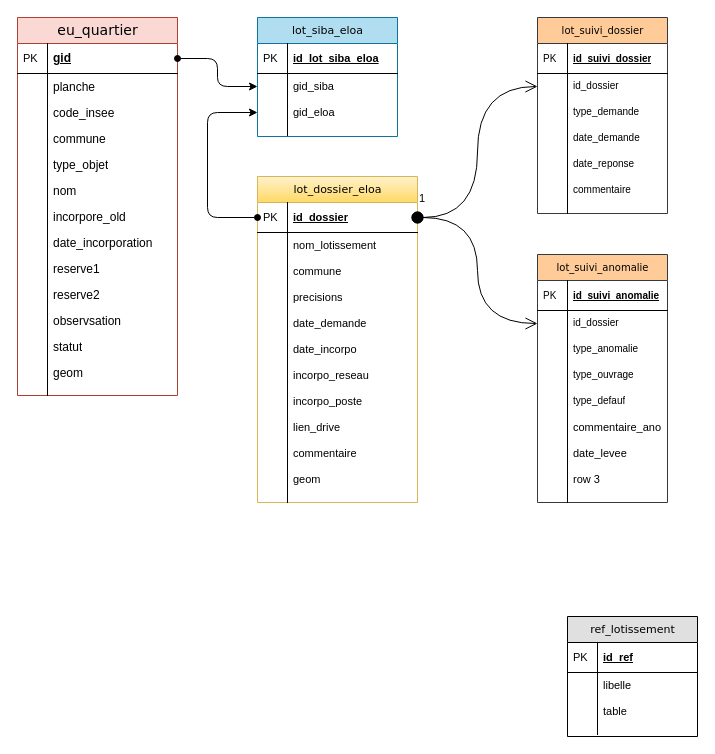
This is Diag lotissement GEO.drawio from Pascaloup33/Diagramme, a draw.io file, before an edit. Source tidied: cells renumbered, new cells numbered last; positions are measured from the earlier drawing's top-left corner, leaving out a move shared by most shapes. Both pictures are drawn from the tidied source at 100%, with x=0, y=0 at pixel (17, 17).
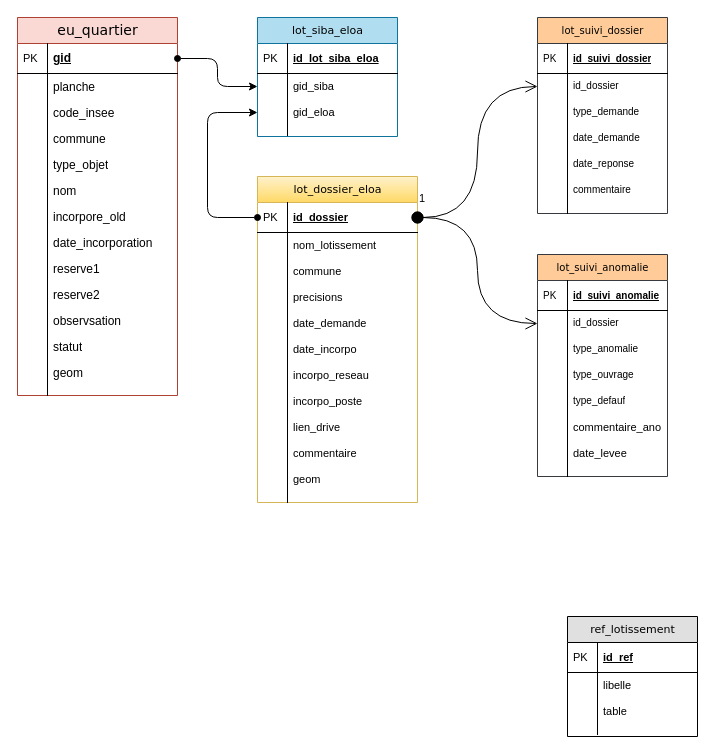
After the change.

Commit message:
sup tb_lot_suivie_ano suppression champs row3

What changed in the source:
```diff
@@
     <mxCell id="92" value="lot_suivi_anomalie" style="swimlane;html=1;fontStyle=0;horizontal=1;startSize=26;fillColor=#ffcc99;swimlaneFillColor=#ffffff;align=center;rounded=0;shadow=0;comic=0;labelBackgroundColor=none;strokeWidth=1;fontFamily=Verdana;fontSize=10;strokeColor=#36393d;" parent="1" vertex="1">
-      <mxGeometry x="520" y="237" width="130" height="248" as="geometry" />
+      <mxGeometry x="520" y="237" width="130" height="222" as="geometry" />
     </mxCell>
@@
-    <mxCell id="107" value="row 3" style="shape=partialRectangle;top=0;left=0;right=0;bottom=0;html=1;align=left;verticalAlign=top;fillColor=none;spacingLeft=34;spacingRight=4;whiteSpace=wrap;overflow=hidden;fontSize=11;" parent="92" vertex="1">
-      <mxGeometry y="212" width="130" height="26" as="geometry" />
-    </mxCell>
-    <mxCell id="108" style="shape=partialRectangle;top=0;left=0;bottom=0;html=1;fillColor=none;align=left;verticalAlign=top;spacingLeft=4;spacingRight=4;whiteSpace=wrap;overflow=hidden;fontSize=11;" parent="107" vertex="1">
-      <mxGeometry width="30" height="26" as="geometry" />
-    </mxCell>
     <mxCell id="109" style="shape=partialRectangle;top=0;left=0;right=0;bottom=0;html=1;align=left;verticalAlign=top;fillColor=none;spacingLeft=34;spacingRight=4;whiteSpace=wrap;overflow=hidden;fontSize=10;shadow=0;" parent="92" vertex="1">
-      <mxGeometry y="238" width="130" height="10" as="geometry" />
+      <mxGeometry y="212" width="130" height="10" as="geometry" />
     </mxCell>
```
